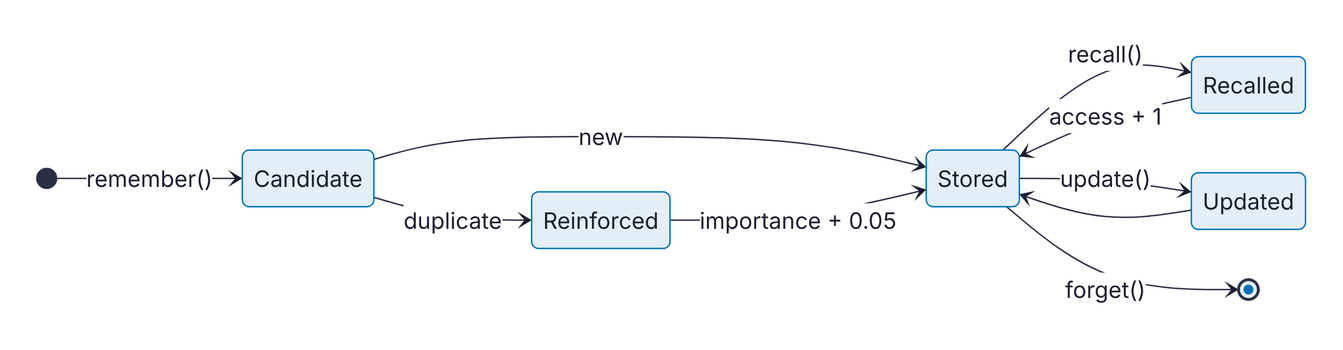
Before: paper/figures/fig-memory-states.png, a diagram exported from Mermaid (bosekarmegam/vecforge). Its source is kept beside it as paper/figures/src/fig-memory-states.mmd. The source it was exported from:
```mermaid
stateDiagram-v2
    direction LR
    [*] --> Candidate: remember()
    Candidate --> Reinforced: duplicate
    Candidate --> Stored: new
    Reinforced --> Stored: importance + 0.05
    Stored --> Recalled: recall()
    Recalled --> Stored: access + 1
    Stored --> Updated: update()
    Updated --> Stored
    Stored --> [*]: forget()
```
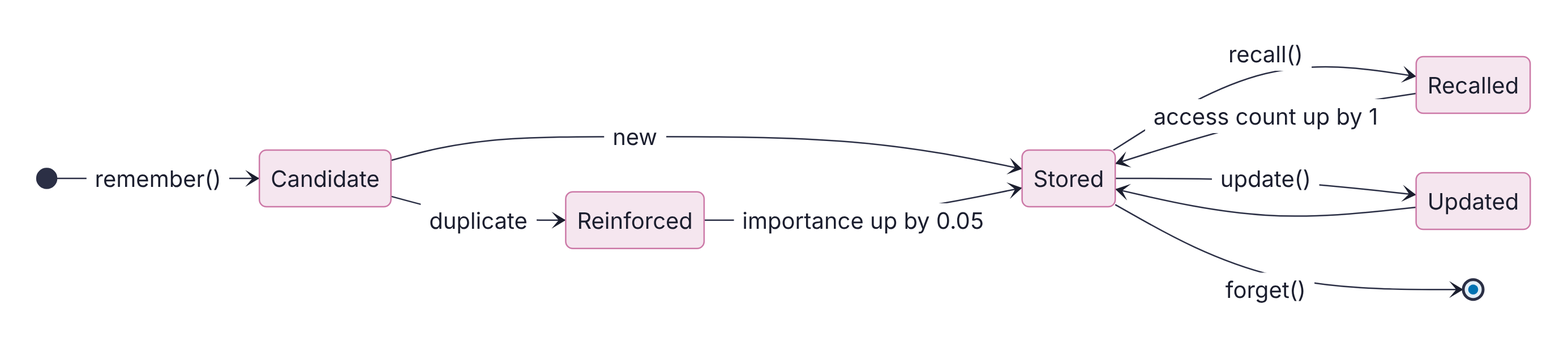
After the commit.

The edit, as a diff of the source:
```diff
@@ -1,11 +1,13 @@
 stateDiagram-v2
     direction LR
+    classDef mem fill:#F5E6EF,stroke:#CC79A7,color:#1B1E2E
     [*] --> Candidate: remember()
     Candidate --> Reinforced: duplicate
     Candidate --> Stored: new
-    Reinforced --> Stored: importance + 0.05
+    Reinforced --> Stored: importance up by 0.05
     Stored --> Recalled: recall()
-    Recalled --> Stored: access + 1
+    Recalled --> Stored: access count up by 1
     Stored --> Updated: update()
     Updated --> Stored
     Stored --> [*]: forget()
+    class Candidate,Reinforced,Stored,Recalled,Updated mem
```
